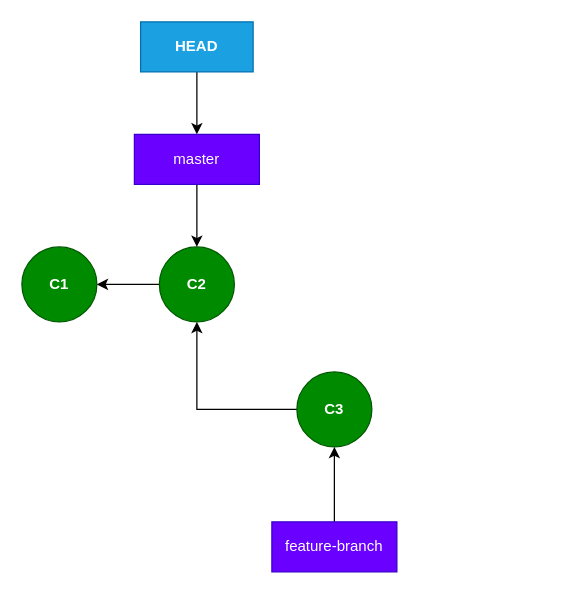
gbroques/git-internals-presentation keeps this draw.io diagram as drawio/c3-checkout-master.drawio. Above is the earlier version. Source tidied: cells renumbered, new cells numbered last; positions are measured from the earlier drawing's top-left corner, leaving out a move shared by most shapes. Both pictures are drawn from the tidied source at 125%, with x=0, y=0 at pixel (21, 21).
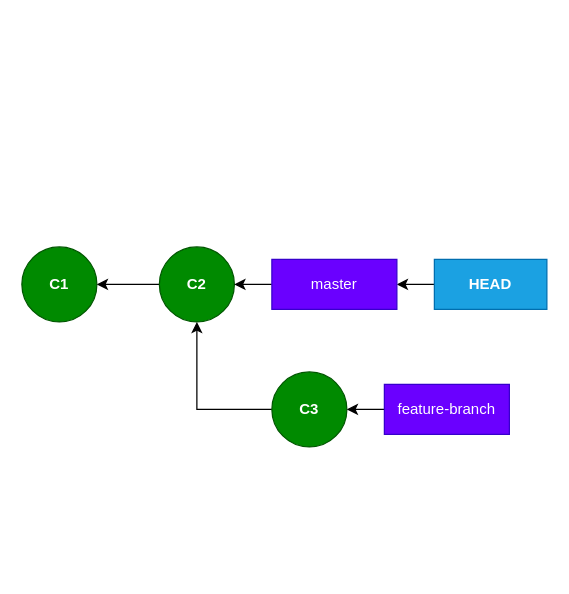
The same page after the edit.

Change to the diagram source:
```diff
@@
 <mxGraphModel>
   <root>
     <mxCell id="0" />
     <mxCell id="1" parent="0" />
     <mxCell id="2" value="C1" style="ellipse;whiteSpace=wrap;html=1;fillColor=#008a00;strokeColor=#005700;fontColor=#ffffff;fontStyle=1;" parent="1" vertex="1">
       <mxGeometry y="180" width="60" height="60" as="geometry" />
     </mxCell>
     <mxCell id="3" style="edgeStyle=orthogonalEdgeStyle;rounded=0;jettySize=auto;html=1;" parent="1" edge="1" source="4" target="12">
       <mxGeometry relative="1" as="geometry" />
     </mxCell>
     <mxCell id="4" value="&lt;b&gt;HEAD&lt;/b&gt;" style="rounded=0;whiteSpace=wrap;html=1;fillColor=#1ba1e2;strokeColor=#006EAF;fontColor=#ffffff;" parent="1" vertex="1">
-      <mxGeometry x="95" width="90" height="40" as="geometry" />
+      <mxGeometry x="330" y="190" width="90" height="40" as="geometry" />
     </mxCell>
     <mxCell id="5" style="edgeStyle=orthogonalEdgeStyle;rounded=0;jettySize=auto;html=1;" parent="1" edge="1" source="6" target="2">
       <mxGeometry relative="1" as="geometry" />
     </mxCell>
     <mxCell id="6" value="C2" style="ellipse;whiteSpace=wrap;html=1;fillColor=#008a00;strokeColor=#005700;fontColor=#ffffff;fontStyle=1;" parent="1" vertex="1">
       <mxGeometry x="110" y="180" width="60" height="60" as="geometry" />
     </mxCell>
     <mxCell id="7" style="edgeStyle=orthogonalEdgeStyle;rounded=0;jettySize=auto;html=1;entryX=0.5;entryY=1;entryDx=0;entryDy=0;" parent="1" edge="1" source="8" target="6">
       <mxGeometry relative="1" as="geometry" />
     </mxCell>
     <mxCell id="8" value="C3" style="ellipse;whiteSpace=wrap;html=1;fillColor=#008a00;strokeColor=#005700;fontColor=#ffffff;fontStyle=1;" parent="1" vertex="1">
-      <mxGeometry x="220" y="280" width="60" height="60" as="geometry" />
+      <mxGeometry x="200" y="280" width="60" height="60" as="geometry" />
     </mxCell>
-    <mxCell id="9" style="edgeStyle=orthogonalEdgeStyle;rounded=0;jettySize=auto;html=1;entryX=0.5;entryY=1;entryDx=0;entryDy=0;" parent="1" edge="1" source="10" target="8">
+    <mxCell id="9" style="edgeStyle=orthogonalEdgeStyle;rounded=0;jettySize=auto;html=1;entryX=1;entryY=0.5;entryDx=0;entryDy=0;" parent="1" edge="1" source="10" target="8">
       <mxGeometry relative="1" as="geometry" />
     </mxCell>
     <mxCell id="10" value="feature-branch" style="rounded=0;whiteSpace=wrap;html=1;fillColor=#6a00ff;strokeColor=#3700CC;fontColor=#ffffff;" parent="1" vertex="1">
-      <mxGeometry x="200" y="400" width="100" height="40" as="geometry" />
+      <mxGeometry x="290" y="290" width="100" height="40" as="geometry" />
     </mxCell>
-    <mxCell id="11" style="edgeStyle=orthogonalEdgeStyle;rounded=0;jettySize=auto;html=1;entryX=0.5;entryY=0;entryDx=0;entryDy=0;" parent="1" edge="1" source="12" target="6">
+    <mxCell id="11" style="edgeStyle=none;html=1;entryX=1;entryY=0.5;entryDx=0;entryDy=0;" parent="1" edge="1" source="12" target="6">
       <mxGeometry relative="1" as="geometry" />
     </mxCell>
     <mxCell id="12" value="master" style="rounded=0;whiteSpace=wrap;html=1;fillColor=#6a00ff;strokeColor=#3700CC;fontColor=#ffffff;" parent="1" vertex="1">
-      <mxGeometry x="90" y="90" width="100" height="40" as="geometry" />
+      <mxGeometry x="200" y="190" width="100" height="40" as="geometry" />
     </mxCell>
   </root>
 </mxGraphModel>
```
